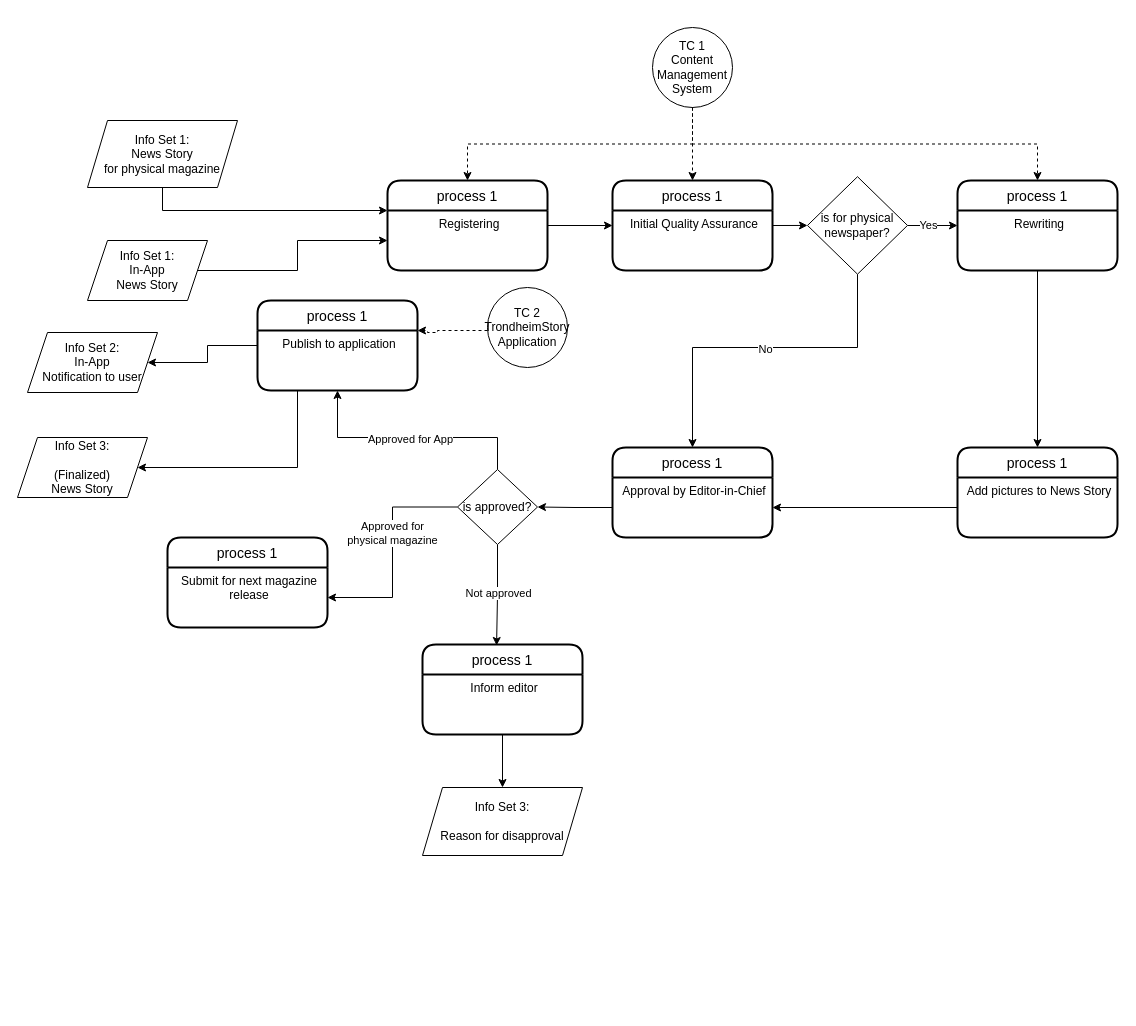
Before: TS_business_process_1.drawio in gullskatten/TS-models-4em-archi, a draw.io diagram. Source tidied: cells renumbered, new cells numbered last; positions are measured from the earlier drawing's top-left corner, leaving out a move shared by most shapes. Both pictures are drawn from the tidied source at 100%, with x=0, y=0 at pixel (17, 27).
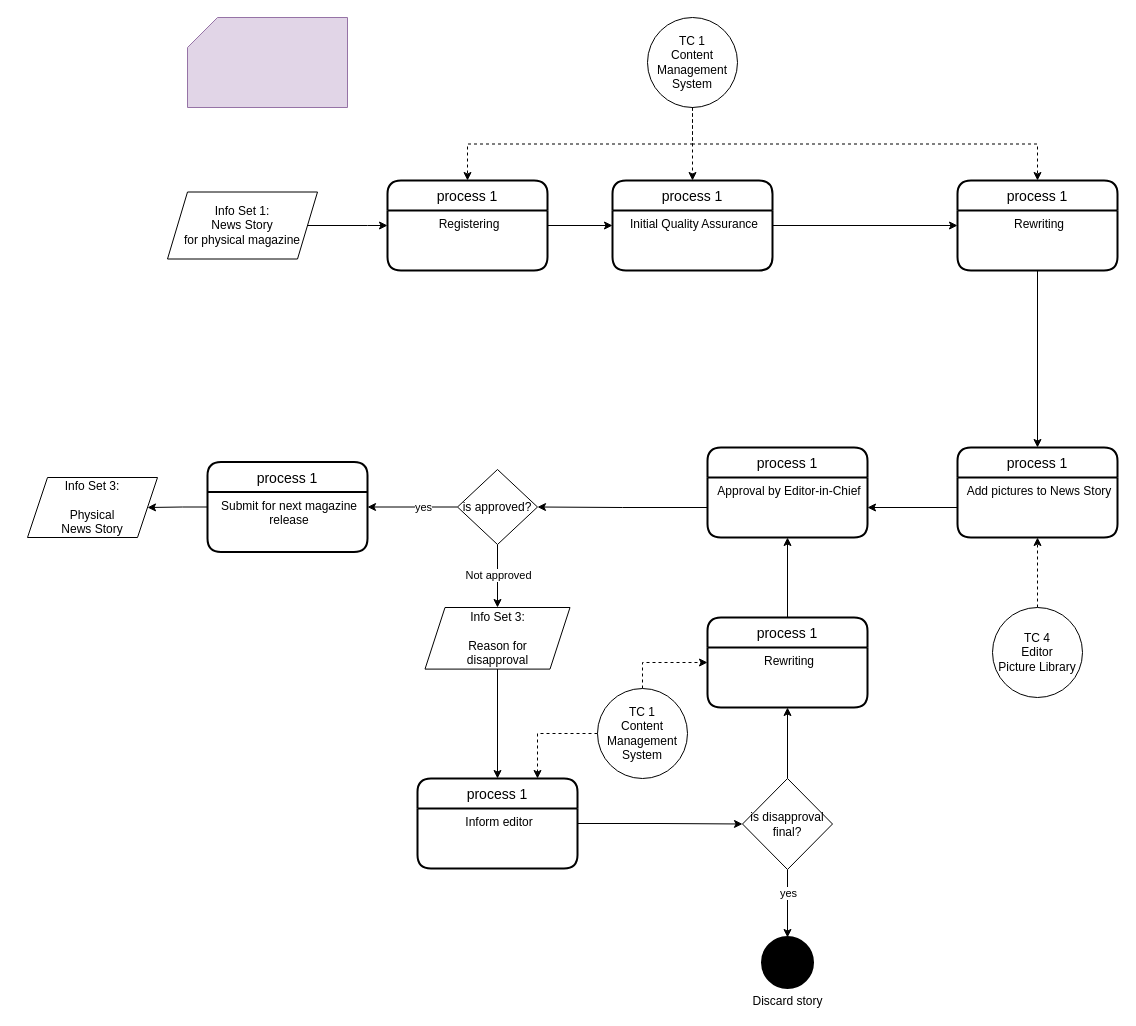
The same page after the edit.

The change refers to these unchanged cells:
```xml
<mxCell id="23" value="is approved?" style="rhombus;whiteSpace=wrap;html=1;fillColor=#FFFFFF;" parent="1" vertex="1">
  <mxGeometry x="440" y="442" width="80" height="75" as="geometry" />
</mxCell>
<mxCell id="45" value="Initial Quality Assurance" style="align=center;strokeColor=none;fillColor=none;spacingLeft=4;fontSize=12;verticalAlign=top;" parent="44" vertex="1">
  <mxGeometry y="30" width="160" height="60" as="geometry" />
</mxCell>
<mxCell id="47" value="process 1" style="swimlane;horizontal=1;startSize=30;rounded=1;fontSize=14;fontStyle=0;strokeWidth=2;shadow=0;dashed=0;align=center;fillColor=#FFFFFF;" parent="1" vertex="1">
  <mxGeometry x="370" y="153" width="160" height="90" as="geometry" />
</mxCell>
<mxCell id="48" value="Registering" style="align=center;strokeColor=none;fillColor=none;spacingLeft=4;fontSize=12;verticalAlign=top;" parent="47" vertex="1">
  <mxGeometry y="30" width="160" height="60" as="geometry" />
</mxCell>
<mxCell id="52" value="process 1" style="swimlane;horizontal=1;startSize=30;rounded=1;fontSize=14;fontStyle=0;strokeWidth=2;shadow=0;dashed=0;align=center;" parent="1" vertex="1">
  <mxGeometry x="940" y="153" width="160" height="90" as="geometry" />
</mxCell>
<mxCell id="56" value="Add pictures to News Story" style="align=center;strokeColor=none;fillColor=none;spacingLeft=4;fontSize=12;verticalAlign=top;" parent="55" vertex="1">
  <mxGeometry y="30" width="160" height="60" as="geometry" />
</mxCell>
```

What changed in the source:
```diff
@@
-    <mxCell id="2" style="edgeStyle=orthogonalEdgeStyle;rounded=0;jettySize=auto;html=1;entryX=0;entryY=0.5;entryDx=0;entryDy=0;" parent="1" edge="1" source="3" target="48">
-      <mxGeometry relative="1" as="geometry" />
-    </mxCell>
-    <mxCell id="3" value="Info Set 1:&lt;br&gt;In-App&lt;br&gt;News Story" style="shape=parallelogram;perimeter=parallelogramPerimeter;whiteSpace=wrap;html=1;fixedSize=1;" parent="1" vertex="1">
-      <mxGeometry x="70" y="213" width="120" height="60" as="geometry" />
-    </mxCell>
-    <mxCell id="4" value="Info Set 2:&lt;br&gt;In-App&lt;br&gt;Notification to user" style="shape=parallelogram;perimeter=parallelogramPerimeter;whiteSpace=wrap;html=1;fixedSize=1;" parent="1" vertex="1">
-      <mxGeometry x="10" y="305" width="130" height="60" as="geometry" />
-    </mxCell>
-    <mxCell id="5" value="Info Set 3:&lt;br&gt;&lt;br&gt;(Finalized)&lt;br&gt;News Story" style="shape=parallelogram;perimeter=parallelogramPerimeter;whiteSpace=wrap;html=1;fixedSize=1;" parent="1" vertex="1">
-      <mxGeometry y="410" width="130" height="60" as="geometry" />
-    </mxCell>
@@
-    <mxCell id="7" style="edgeStyle=orthogonalEdgeStyle;rounded=0;jettySize=auto;html=1;entryX=1;entryY=0.5;entryDx=0;entryDy=0;" parent="1" edge="1" source="28" target="4">
-      <mxGeometry relative="1" as="geometry" />
-    </mxCell>
-    <mxCell id="8" style="edgeStyle=orthogonalEdgeStyle;rounded=0;jettySize=auto;html=1;entryX=1;entryY=0.5;entryDx=0;entryDy=0;exitX=0.25;exitY=1;exitDx=0;exitDy=0;" parent="1" edge="1" source="29" target="5">
-      <mxGeometry relative="1" as="geometry">
-        <Array as="points">
-          <mxPoint x="280" y="440" />
-        </Array>
-      </mxGeometry>
-    </mxCell>
@@
     <mxCell id="11" value="TC 1&lt;br&gt;Content Management&lt;br&gt;System" style="ellipse;whiteSpace=wrap;html=1;fillColor=#FFFFFF;" parent="1" vertex="1">
-      <mxGeometry x="635" width="80" height="80" as="geometry" />
+      <mxGeometry x="630" y="-10" width="90" height="90" as="geometry" />
     </mxCell>
@@
-    <mxCell id="15" value="TC 2&lt;br&gt;TrondheimStory&lt;br&gt;Application" style="ellipse;whiteSpace=wrap;html=1;fillColor=#FFFFFF;" parent="1" vertex="1">
-      <mxGeometry x="470" y="260" width="80" height="80" as="geometry" />
-    </mxCell>
-    <mxCell id="16" style="edgeStyle=orthogonalEdgeStyle;rounded=0;orthogonalLoop=1;jettySize=auto;html=1;dashed=1;exitX=0;exitY=0.5;exitDx=0;exitDy=0;entryX=1;entryY=0.25;entryDx=0;entryDy=0;" parent="1" edge="1">
-      <mxGeometry relative="1" as="geometry">
-        <mxPoint x="470" y="303" as="sourcePoint" />
-        <mxPoint x="400" y="303" as="targetPoint" />
-        <Array as="points">
-          <mxPoint x="420" y="303" />
-          <mxPoint x="420" y="305" />
-          <mxPoint x="410" y="305" />
-          <mxPoint x="410" y="303" />
-        </Array>
-      </mxGeometry>
-    </mxCell>
-    <mxCell id="17" style="edgeStyle=orthogonalEdgeStyle;rounded=0;jettySize=auto;html=1;entryX=1;entryY=0.5;entryDx=0;entryDy=0;endArrow=classic;endFill=1;" parent="1" edge="1" source="23" target="32">
+    <mxCell id="17" style="edgeStyle=orthogonalEdgeStyle;rounded=0;jettySize=auto;html=1;entryX=1;entryY=0.25;entryDx=0;entryDy=0;endArrow=classic;endFill=1;" parent="1" edge="1" source="23" target="32">
       <mxGeometry relative="1" as="geometry" />
     </mxCell>
-    <mxCell id="18" value="Approved for &lt;br&gt;physical magazine" style="edgeLabel;html=1;align=center;verticalAlign=middle;" parent="17" vertex="1">
-      <mxGeometry x="0.09" y="-1" relative="1" as="geometry">
-        <mxPoint y="-29" as="offset" />
-      </mxGeometry>
-    </mxCell>
-    <mxCell id="19" style="edgeStyle=orthogonalEdgeStyle;rounded=0;jettySize=auto;html=1;entryX=0.5;entryY=1;entryDx=0;entryDy=0;endArrow=classic;endFill=1;exitX=0.5;exitY=0;exitDx=0;exitDy=0;" parent="1" edge="1" source="23" target="29">
-      <mxGeometry relative="1" as="geometry">
-        <Array as="points">
-          <mxPoint x="480" y="410" />
-          <mxPoint x="320" y="410" />
-        </Array>
-      </mxGeometry>
-    </mxCell>
-    <mxCell id="20" value="Approved for App" style="edgeLabel;html=1;align=center;verticalAlign=middle;" parent="19" vertex="1">
-      <mxGeometry y="1" relative="1" as="geometry" />
-    </mxCell>
+    <mxCell id="59" value="yes" style="edgeLabel;html=1;align=center;verticalAlign=middle;" parent="17" vertex="1">
+      <mxGeometry x="-0.9" y="-3" relative="1" as="geometry">
+        <mxPoint x="-30.1" y="2.9" as="offset" />
+      </mxGeometry>
+    </mxCell>
-    <mxCell id="21" style="edgeStyle=orthogonalEdgeStyle;rounded=0;jettySize=auto;html=1;endArrow=classic;endFill=1;entryX=0.463;entryY=0.011;entryDx=0;entryDy=0;entryPerimeter=0;" parent="1" edge="1" source="23" target="35">
+    <mxCell id="21" style="edgeStyle=orthogonalEdgeStyle;rounded=0;jettySize=auto;html=1;endArrow=classic;endFill=1;entryX=0.5;entryY=0;entryDx=0;entryDy=0;" parent="1" edge="1" source="23" target="34">
       <mxGeometry relative="1" as="geometry" />
     </mxCell>
@@
-    <mxCell id="25" value="process 1" style="swimlane;horizontal=1;startSize=30;rounded=1;fontSize=14;fontStyle=0;strokeWidth=2;shadow=0;dashed=0;align=center;" parent="1" vertex="1">
-      <mxGeometry x="595" y="420" width="160" height="90" as="geometry" />
-    </mxCell>
-    <mxCell id="26" value="Approval by Editor-in-Chief" style="align=center;strokeColor=none;fillColor=none;spacingLeft=4;fontSize=12;verticalAlign=top;" parent="25" vertex="1">
-      <mxGeometry y="30" width="160" height="60" as="geometry" />
-    </mxCell>
-    <mxCell id="27" style="edgeStyle=orthogonalEdgeStyle;rounded=0;orthogonalLoop=1;jettySize=auto;html=1;exitX=0.5;exitY=1;exitDx=0;exitDy=0;" parent="25" edge="1" source="26" target="26">
-      <mxGeometry relative="1" as="geometry" />
-    </mxCell>
-    <mxCell id="28" value="process 1" style="swimlane;horizontal=1;startSize=30;rounded=1;fontSize=14;fontStyle=0;strokeWidth=2;shadow=0;dashed=0;align=center;" parent="1" vertex="1">
-      <mxGeometry x="240" y="273" width="160" height="90" as="geometry" />
-    </mxCell>
-    <mxCell id="29" value="Publish to application" style="align=center;strokeColor=none;fillColor=none;spacingLeft=4;fontSize=12;verticalAlign=top;" parent="28" vertex="1">
-      <mxGeometry y="30" width="160" height="60" as="geometry" />
-    </mxCell>
-    <mxCell id="30" style="edgeStyle=orthogonalEdgeStyle;rounded=0;orthogonalLoop=1;jettySize=auto;html=1;exitX=0.5;exitY=1;exitDx=0;exitDy=0;" parent="28" edge="1">
-      <mxGeometry relative="1" as="geometry">
-        <mxPoint x="-50" y="190" as="sourcePoint" />
-        <mxPoint x="-50" y="190" as="targetPoint" />
-      </mxGeometry>
-    </mxCell>
-    <mxCell id="31" value="process 1" style="swimlane;horizontal=1;startSize=30;rounded=1;fontSize=14;fontStyle=0;strokeWidth=2;shadow=0;dashed=0;align=center;" parent="1" vertex="1">
-      <mxGeometry x="150" y="510" width="160" height="90" as="geometry" />
-    </mxCell>
-    <mxCell id="32" value="Submit for next magazine &#10;release" style="align=center;strokeColor=none;fillColor=none;spacingLeft=4;fontSize=12;verticalAlign=top;" parent="31" vertex="1">
-      <mxGeometry y="30" width="160" height="60" as="geometry" />
-    </mxCell>
-    <mxCell id="33" style="edgeStyle=orthogonalEdgeStyle;rounded=0;orthogonalLoop=1;jettySize=auto;html=1;exitX=0.5;exitY=1;exitDx=0;exitDy=0;" parent="31" edge="1">
-      <mxGeometry relative="1" as="geometry">
-        <mxPoint x="-50" y="190" as="sourcePoint" />
-        <mxPoint x="-50" y="190" as="targetPoint" />
-      </mxGeometry>
-    </mxCell>
+    <mxCell id="60" style="edgeStyle=orthogonalEdgeStyle;rounded=0;jettySize=auto;html=1;entryX=1;entryY=0.5;entryDx=0;entryDy=0;endArrow=classic;endFill=1;" parent="1" edge="1" source="31" target="76">
+      <mxGeometry relative="1" as="geometry" />
+    </mxCell>
+    <mxCell id="61" style="edgeStyle=orthogonalEdgeStyle;rounded=0;jettySize=auto;html=1;entryX=0.5;entryY=0;entryDx=0;entryDy=0;endArrow=classic;endFill=1;" parent="1" edge="1" source="34" target="35">
+      <mxGeometry relative="1" as="geometry" />
+    </mxCell>
-    <mxCell id="34" value="Info Set 3:&lt;br&gt;&lt;br&gt;Reason for disapproval" style="shape=parallelogram;perimeter=parallelogramPerimeter;whiteSpace=wrap;html=1;fixedSize=1;" parent="1" vertex="1">
-      <mxGeometry x="405" y="760" width="160" height="68" as="geometry" />
+    <mxCell id="34" value="Info Set 3:&lt;br&gt;&lt;br&gt;Reason for &lt;br&gt;disapproval" style="shape=parallelogram;perimeter=parallelogramPerimeter;whiteSpace=wrap;html=1;fixedSize=1;" parent="1" vertex="1">
+      <mxGeometry x="407.5" y="580" width="145" height="61.6" as="geometry" />
     </mxCell>
-    <mxCell id="35" value="process 1" style="swimlane;horizontal=1;startSize=30;rounded=1;fontSize=14;fontStyle=0;strokeWidth=2;shadow=0;dashed=0;align=center;" parent="1" vertex="1">
-      <mxGeometry x="405" y="617" width="160" height="90" as="geometry" />
-    </mxCell>
-    <mxCell id="36" value="Inform editor" style="align=center;strokeColor=none;fillColor=none;spacingLeft=4;fontSize=12;verticalAlign=top;" parent="35" vertex="1">
-      <mxGeometry y="30" width="160" height="60" as="geometry" />
-    </mxCell>
-    <mxCell id="37" style="edgeStyle=orthogonalEdgeStyle;rounded=0;orthogonalLoop=1;jettySize=auto;html=1;exitX=0.5;exitY=1;exitDx=0;exitDy=0;" parent="35" edge="1">
-      <mxGeometry relative="1" as="geometry">
-        <mxPoint x="-50" y="190" as="sourcePoint" />
-        <mxPoint x="-50" y="190" as="targetPoint" />
-      </mxGeometry>
-    </mxCell>
-    <mxCell id="38" style="edgeStyle=orthogonalEdgeStyle;rounded=0;jettySize=auto;html=1;entryX=0;entryY=0.5;entryDx=0;entryDy=0;endArrow=classic;endFill=1;" parent="1" edge="1" source="42" target="52">
-      <mxGeometry relative="1" as="geometry" />
-    </mxCell>
-    <mxCell id="39" value="Yes" style="edgeLabel;html=1;align=center;verticalAlign=middle;" parent="38" vertex="1">
-      <mxGeometry y="4" relative="1" as="geometry">
-        <mxPoint x="-4" y="3" as="offset" />
-      </mxGeometry>
-    </mxCell>
-    <mxCell id="40" style="edgeStyle=orthogonalEdgeStyle;rounded=0;jettySize=auto;html=1;entryX=0.5;entryY=0;entryDx=0;entryDy=0;endArrow=classic;endFill=1;" parent="1" edge="1" source="42" target="25">
-      <mxGeometry relative="1" as="geometry">
-        <Array as="points">
-          <mxPoint x="840" y="320" />
-          <mxPoint x="675" y="320" />
-        </Array>
-      </mxGeometry>
-    </mxCell>
-    <mxCell id="41" value="No" style="edgeLabel;html=1;align=center;verticalAlign=middle;" parent="40" vertex="1">
-      <mxGeometry x="-0.02" y="1" relative="1" as="geometry" />
-    </mxCell>
-    <mxCell id="42" value="is for physical newspaper?" style="rhombus;whiteSpace=wrap;html=1;fillColor=#FFFFFF;" parent="1" vertex="1">
-      <mxGeometry x="790" y="149.2" width="100" height="97.5" as="geometry" />
-    </mxCell>
-    <mxCell id="43" style="edgeStyle=orthogonalEdgeStyle;rounded=0;jettySize=auto;html=1;entryX=0;entryY=0.5;entryDx=0;entryDy=0;endArrow=classic;endFill=1;exitX=1;exitY=0.25;exitDx=0;exitDy=0;" parent="1" edge="1" source="45" target="42">
+    <mxCell id="43" style="edgeStyle=orthogonalEdgeStyle;rounded=0;jettySize=auto;html=1;entryX=0;entryY=0.5;entryDx=0;entryDy=0;endArrow=classic;endFill=1;exitX=1;exitY=0.25;exitDx=0;exitDy=0;" parent="1" edge="1" source="45" target="52">
       <mxGeometry relative="1" as="geometry" />
     </mxCell>
@@
-    <mxCell id="49" style="edgeStyle=orthogonalEdgeStyle;rounded=0;orthogonalLoop=1;jettySize=auto;html=1;exitX=0.5;exitY=1;exitDx=0;exitDy=0;" parent="47" edge="1" source="48" target="48">
-      <mxGeometry relative="1" as="geometry" />
-    </mxCell>
-    <mxCell id="50" style="edgeStyle=orthogonalEdgeStyle;rounded=0;jettySize=auto;html=1;entryX=0;entryY=0;entryDx=0;entryDy=0;endArrow=classic;endFill=1;" parent="1" edge="1" source="51" target="48">
+    <mxCell id="50" style="edgeStyle=orthogonalEdgeStyle;rounded=0;jettySize=auto;html=1;entryX=0;entryY=0.25;entryDx=0;entryDy=0;endArrow=classic;endFill=1;exitX=1;exitY=0.5;exitDx=0;exitDy=0;" parent="1" edge="1" source="51" target="48">
       <mxGeometry relative="1" as="geometry">
         <Array as="points">
-          <mxPoint x="145" y="183" />
+          <mxPoint x="350" y="198" />
+          <mxPoint x="350" y="198" />
         </Array>
       </mxGeometry>
     </mxCell>
     <mxCell id="51" value="Info Set 1:&lt;br&gt;News Story&lt;br&gt;for physical magazine" style="shape=parallelogram;perimeter=parallelogramPerimeter;whiteSpace=wrap;html=1;fixedSize=1;" parent="1" vertex="1">
-      <mxGeometry x="70" y="93" width="150" height="67" as="geometry" />
+      <mxGeometry x="150" y="164.5" width="150" height="67" as="geometry" />
     </mxCell>
@@
-    <mxCell id="58" style="edgeStyle=orthogonalEdgeStyle;rounded=0;jettySize=auto;html=1;entryX=0.5;entryY=0;entryDx=0;entryDy=0;endArrow=classic;endFill=1;" parent="1" edge="1" source="36" target="34">
-      <mxGeometry relative="1" as="geometry" />
-    </mxCell>
+    <mxCell id="62" style="edgeStyle=orthogonalEdgeStyle;rounded=0;jettySize=auto;html=1;entryX=0.5;entryY=1;entryDx=0;entryDy=0;endArrow=classic;endFill=1;dashed=1;" parent="1" edge="1" source="63" target="56">
+      <mxGeometry relative="1" as="geometry" />
+    </mxCell>
+    <mxCell id="63" value="TC 4&lt;br&gt;Editor&lt;br&gt;Picture Library" style="ellipse;whiteSpace=wrap;html=1;fillColor=#FFFFFF;" parent="1" vertex="1">
+      <mxGeometry x="975" y="580" width="90" height="90" as="geometry" />
+    </mxCell>
+    <mxCell id="64" style="edgeStyle=orthogonalEdgeStyle;rounded=0;jettySize=auto;html=1;entryX=0.5;entryY=1;entryDx=0;entryDy=0;endArrow=classic;endFill=1;" parent="1" edge="1" source="28" target="26">
+      <mxGeometry relative="1" as="geometry" />
+    </mxCell>
+    <mxCell id="65" value="Discard story" style="shape=mxgraph.bpmn.shape;html=1;verticalLabelPosition=bottom;labelBackgroundColor=#ffffff;verticalAlign=top;align=center;perimeter=ellipsePerimeter;outlineConnect=0;outline=end;symbol=terminate;fillColor=#000000;" parent="1" vertex="1">
+      <mxGeometry x="745" y="910" width="50" height="50" as="geometry" />
+    </mxCell>
+    <mxCell id="66" style="edgeStyle=orthogonalEdgeStyle;rounded=0;jettySize=auto;html=1;endArrow=classic;endFill=1;exitX=0.5;exitY=1;exitDx=0;exitDy=0;" parent="1" edge="1" source="72" target="65">
+      <mxGeometry relative="1" as="geometry" />
+    </mxCell>
+    <mxCell id="67" value="yes" style="edgeLabel;html=1;align=center;verticalAlign=middle;" parent="66" vertex="1">
+      <mxGeometry x="-0.29" y="-2" relative="1" as="geometry">
+        <mxPoint x="2" y="-1" as="offset" />
+      </mxGeometry>
+    </mxCell>
+    <mxCell id="68" style="edgeStyle=orthogonalEdgeStyle;rounded=0;jettySize=auto;html=1;entryX=0;entryY=0.25;entryDx=0;entryDy=0;endArrow=classic;endFill=1;dashed=1;exitX=0.5;exitY=0;exitDx=0;exitDy=0;" parent="1" edge="1" source="70" target="74">
+      <mxGeometry relative="1" as="geometry">
+        <Array as="points">
+          <mxPoint x="625" y="635" />
+        </Array>
+      </mxGeometry>
+    </mxCell>
+    <mxCell id="69" style="edgeStyle=orthogonalEdgeStyle;rounded=0;jettySize=auto;html=1;entryX=0.75;entryY=0;entryDx=0;entryDy=0;endArrow=classic;endFill=1;dashed=1;" parent="1" edge="1" source="70" target="35">
+      <mxGeometry relative="1" as="geometry" />
+    </mxCell>
+    <mxCell id="70" value="TC 1&lt;br&gt;Content Management&lt;br&gt;System" style="ellipse;whiteSpace=wrap;html=1;fillColor=#FFFFFF;" parent="1" vertex="1">
+      <mxGeometry x="580" y="661" width="90" height="90" as="geometry" />
+    </mxCell>
+    <mxCell id="71" style="edgeStyle=orthogonalEdgeStyle;rounded=0;jettySize=auto;html=1;entryX=0.5;entryY=1;entryDx=0;entryDy=0;endArrow=classic;endFill=1;" parent="1" edge="1" source="72" target="28">
+      <mxGeometry relative="1" as="geometry" />
+    </mxCell>
+    <mxCell id="72" value="is disapproval final?" style="rhombus;whiteSpace=wrap;html=1;fillColor=#FFFFFF;" parent="1" vertex="1">
+      <mxGeometry x="725" y="751" width="90" height="91" as="geometry" />
+    </mxCell>
+    <mxCell id="73" style="edgeStyle=orthogonalEdgeStyle;rounded=0;jettySize=auto;html=1;endArrow=classic;endFill=1;exitX=1;exitY=0.25;exitDx=0;exitDy=0;" parent="1" edge="1" source="36" target="72">
+      <mxGeometry relative="1" as="geometry" />
+    </mxCell>
+    <mxCell id="35" value="process 1" style="swimlane;horizontal=1;startSize=30;rounded=1;fontSize=14;fontStyle=0;strokeWidth=2;shadow=0;dashed=0;align=center;" parent="1" vertex="1">
+      <mxGeometry x="400" y="751" width="160" height="90" as="geometry" />
+    </mxCell>
+    <mxCell id="36" value="Inform editor" style="align=center;strokeColor=none;fillColor=none;spacingLeft=4;fontSize=12;verticalAlign=top;" parent="35" vertex="1">
+      <mxGeometry y="30" width="160" height="60" as="geometry" />
+    </mxCell>
+    <mxCell id="25" value="process 1" style="swimlane;horizontal=1;startSize=30;rounded=1;fontSize=14;fontStyle=0;strokeWidth=2;shadow=0;dashed=0;align=center;" parent="1" vertex="1">
+      <mxGeometry x="690" y="420" width="160" height="90" as="geometry" />
+    </mxCell>
+    <mxCell id="26" value="Approval by Editor-in-Chief" style="align=center;strokeColor=none;fillColor=none;spacingLeft=4;fontSize=12;verticalAlign=top;" parent="25" vertex="1">
+      <mxGeometry y="30" width="160" height="60" as="geometry" />
+    </mxCell>
+    <mxCell id="27" style="edgeStyle=orthogonalEdgeStyle;rounded=0;orthogonalLoop=1;jettySize=auto;html=1;exitX=0.5;exitY=1;exitDx=0;exitDy=0;" parent="25" edge="1" source="26" target="26">
+      <mxGeometry relative="1" as="geometry" />
+    </mxCell>
+    <mxCell id="28" value="process 1" style="swimlane;horizontal=1;startSize=30;rounded=1;fontSize=14;fontStyle=0;strokeWidth=2;shadow=0;dashed=0;align=center;" parent="1" vertex="1">
+      <mxGeometry x="690" y="590" width="160" height="90" as="geometry" />
+    </mxCell>
+    <mxCell id="74" value="Rewriting" style="align=center;strokeColor=none;fillColor=none;spacingLeft=4;fontSize=12;verticalAlign=top;" parent="28" vertex="1">
+      <mxGeometry y="30" width="160" height="60" as="geometry" />
+    </mxCell>
+    <mxCell id="75" style="edgeStyle=orthogonalEdgeStyle;rounded=0;orthogonalLoop=1;jettySize=auto;html=1;exitX=0.5;exitY=1;exitDx=0;exitDy=0;" parent="28" edge="1">
+      <mxGeometry relative="1" as="geometry">
+        <mxPoint x="-50" y="190" as="sourcePoint" />
+        <mxPoint x="-50" y="190" as="targetPoint" />
+      </mxGeometry>
+    </mxCell>
+    <mxCell id="76" value="Info Set 3:&lt;br&gt;&lt;br&gt;Physical&lt;br&gt;News Story" style="shape=parallelogram;perimeter=parallelogramPerimeter;whiteSpace=wrap;html=1;fixedSize=1;" parent="1" vertex="1">
+      <mxGeometry x="10" y="450" width="130" height="60" as="geometry" />
+    </mxCell>
+    <mxCell id="31" value="process 1" style="swimlane;horizontal=1;startSize=30;rounded=1;fontSize=14;fontStyle=0;strokeWidth=2;shadow=0;dashed=0;align=center;" parent="1" vertex="1">
+      <mxGeometry x="190" y="434.5" width="160" height="90" as="geometry" />
+    </mxCell>
+    <mxCell id="32" value="Submit for next magazine &#10;release" style="align=center;strokeColor=none;fillColor=none;spacingLeft=4;fontSize=12;verticalAlign=top;" parent="31" vertex="1">
+      <mxGeometry y="30" width="160" height="60" as="geometry" />
+    </mxCell>
+    <mxCell id="33" style="edgeStyle=orthogonalEdgeStyle;rounded=0;orthogonalLoop=1;jettySize=auto;html=1;exitX=0.5;exitY=1;exitDx=0;exitDy=0;" parent="31" edge="1">
+      <mxGeometry relative="1" as="geometry">
+        <mxPoint x="-50" y="190" as="sourcePoint" />
+        <mxPoint x="-50" y="190" as="targetPoint" />
+      </mxGeometry>
+    </mxCell>
+    <mxCell id="77" style="shape=card;whiteSpace=wrap;html=1;fillColor=#e1d5e7;strokeColor=#9673a6;" parent="1" vertex="1">
+      <mxGeometry x="170" y="-10" width="160" height="90" as="geometry" />
+    </mxCell>
```
